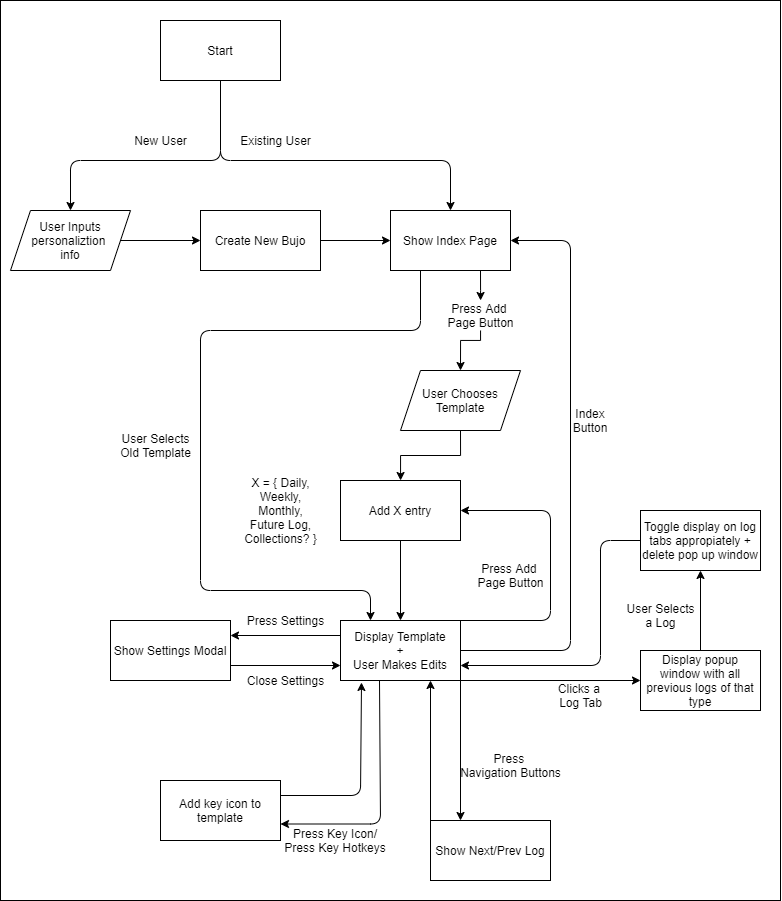
Above: specs/adrs/diagram.drawio.png in FlamingoJournal/cse110-sp21-group18 (draw.io), before the change. Source tidied: cells renumbered, new cells last; positions are measured from the earlier drawing's top-left corner, leaving out a move shared by most shapes. Source of this version:
```xml
<mxGraphModel>
  <root>
    <mxCell id="0" />
    <mxCell id="1" parent="0" />
    <mxCell id="2" style="rounded=0;whiteSpace=wrap;html=1;" parent="1" vertex="1">
      <mxGeometry width="780" height="900" as="geometry" />
    </mxCell>
    <mxCell id="3" value="Start" style="rounded=0;whiteSpace=wrap;html=1;" parent="1" vertex="1">
      <mxGeometry x="160" y="20" width="120" height="60" as="geometry" />
    </mxCell>
    <mxCell id="4" style="edgeStyle=orthogonalEdgeStyle;rounded=0;jettySize=auto;html=1;" parent="1" edge="1" source="5" target="30">
      <mxGeometry relative="1" as="geometry" />
    </mxCell>
    <mxCell id="5" value="User Inputs personaliztion &lt;br&gt;info" style="shape=parallelogram;perimeter=parallelogramPerimeter;whiteSpace=wrap;html=1;fixedSize=1;rounded=0;" parent="1" vertex="1">
      <mxGeometry x="10" y="210" width="120" height="60" as="geometry" />
    </mxCell>
    <mxCell id="6" value="New User" style="text;html=1;align=center;verticalAlign=middle;" parent="1" vertex="1">
      <mxGeometry x="125" y="130" width="70" height="20" as="geometry" />
    </mxCell>
    <mxCell id="7" style="edgeStyle=orthogonalEdgeStyle;rounded=0;jettySize=auto;html=1;entryX=0.5;entryY=0;entryDx=0;entryDy=0;" parent="1" edge="1" source="33" target="13">
      <mxGeometry relative="1" as="geometry">
        <Array as="points">
          <mxPoint x="480" y="340" />
          <mxPoint x="460" y="340" />
        </Array>
      </mxGeometry>
    </mxCell>
    <mxCell id="8" value="Show Index Page" style="whiteSpace=wrap;html=1;rounded=0;" parent="1" vertex="1">
      <mxGeometry x="390" y="210" width="120" height="60" as="geometry" />
    </mxCell>
    <mxCell id="9" style="edgeStyle=orthogonalEdgeStyle;rounded=0;jettySize=auto;html=1;" parent="1" edge="1" source="10" target="18">
      <mxGeometry relative="1" as="geometry" />
    </mxCell>
    <mxCell id="10" value="Add X entry" style="whiteSpace=wrap;html=1;rounded=0;" parent="1" vertex="1">
      <mxGeometry x="340" y="480" width="120" height="60" as="geometry" />
    </mxCell>
    <mxCell id="11" value="X = { Daily,&lt;br&gt;Weekly,&lt;br&gt;Monthly,&lt;br&gt;Future Log,&lt;br&gt;Collections? }" style="text;html=1;align=center;verticalAlign=middle;" parent="1" vertex="1">
      <mxGeometry x="235" y="470" width="90" height="80" as="geometry" />
    </mxCell>
    <mxCell id="12" style="edgeStyle=orthogonalEdgeStyle;rounded=0;jettySize=auto;html=1;exitX=0.5;exitY=1;exitDx=0;exitDy=0;" parent="1" edge="1" source="13" target="10">
      <mxGeometry relative="1" as="geometry" />
    </mxCell>
    <mxCell id="13" value="User Chooses Template" style="shape=parallelogram;perimeter=parallelogramPerimeter;whiteSpace=wrap;html=1;fixedSize=1;rounded=0;" parent="1" vertex="1">
      <mxGeometry x="400" y="370" width="120" height="60" as="geometry" />
    </mxCell>
    <mxCell id="14" value="Show Next/Prev Log" style="whiteSpace=wrap;html=1;rounded=0;" parent="1" vertex="1">
      <mxGeometry x="430" y="820" width="120" height="60" as="geometry" />
    </mxCell>
    <mxCell id="15" value="Press &lt;br&gt;Navigation Buttons" style="text;html=1;align=center;verticalAlign=middle;" parent="1" vertex="1">
      <mxGeometry x="450" y="750" width="120" height="30" as="geometry" />
    </mxCell>
    <mxCell id="16" style="edgeStyle=orthogonalEdgeStyle;rounded=0;jettySize=auto;html=1;exitX=1;exitY=1;exitDx=0;exitDy=0;entryX=0.25;entryY=0;entryDx=0;entryDy=0;" parent="1" edge="1" source="18" target="14">
      <mxGeometry relative="1" as="geometry" />
    </mxCell>
    <mxCell id="17" style="edgeStyle=orthogonalEdgeStyle;rounded=0;jettySize=auto;html=1;entryX=1;entryY=0.25;entryDx=0;entryDy=0;exitX=0;exitY=0.25;exitDx=0;exitDy=0;" parent="1" edge="1" source="18" target="23">
      <mxGeometry relative="1" as="geometry" />
    </mxCell>
    <mxCell id="18" value="Display Template&lt;br&gt;+&lt;br&gt;User Makes Edits" style="whiteSpace=wrap;html=1;rounded=0;" parent="1" vertex="1">
      <mxGeometry x="340" y="620" width="120" height="60" as="geometry" />
    </mxCell>
    <mxCell id="19" style="endArrow=classic;html=1;exitX=1;exitY=0.5;exitDx=0;exitDy=0;entryX=1;entryY=0.5;entryDx=0;entryDy=0;" parent="1" edge="1" source="18" target="8">
      <mxGeometry relative="1" as="geometry">
        <Array as="points">
          <mxPoint x="570" y="650" />
          <mxPoint x="570" y="240" />
        </Array>
      </mxGeometry>
    </mxCell>
    <mxCell id="20" value="Index Button" style="text;html=1;strokeColor=none;fillColor=none;align=center;verticalAlign=middle;whiteSpace=wrap;rounded=0;" parent="1" vertex="1">
      <mxGeometry x="570" y="410" width="40" height="20" as="geometry" />
    </mxCell>
    <mxCell id="21" style="endArrow=classic;html=1;exitX=0;exitY=0;exitDx=0;exitDy=0;entryX=0.75;entryY=1;entryDx=0;entryDy=0;" parent="1" edge="1" source="14" target="18">
      <mxGeometry relative="1" as="geometry" />
    </mxCell>
    <mxCell id="22" style="edgeStyle=orthogonalEdgeStyle;rounded=0;jettySize=auto;html=1;entryX=0;entryY=0.75;entryDx=0;entryDy=0;" parent="1" edge="1" target="18">
      <mxGeometry relative="1" as="geometry">
        <mxPoint x="230" y="665" as="sourcePoint" />
      </mxGeometry>
    </mxCell>
    <mxCell id="23" value="Show Settings Modal" style="rounded=0;whiteSpace=wrap;html=1;" parent="1" vertex="1">
      <mxGeometry x="110" y="620" width="120" height="60" as="geometry" />
    </mxCell>
    <mxCell id="24" value="Press Settings" style="text;html=1;align=center;verticalAlign=middle;" parent="1" vertex="1">
      <mxGeometry x="240" y="610" width="90" height="20" as="geometry" />
    </mxCell>
    <mxCell id="25" value="Close Settings" style="text;html=1;align=center;verticalAlign=middle;" parent="1" vertex="1">
      <mxGeometry x="240" y="670" width="90" height="20" as="geometry" />
    </mxCell>
    <mxCell id="26" style="endArrow=classic;html=1;entryX=0.5;entryY=0;entryDx=0;entryDy=0;" parent="1" edge="1" target="8">
      <mxGeometry relative="1" as="geometry">
        <mxPoint x="220" y="80" as="sourcePoint" />
        <Array as="points">
          <mxPoint x="220" y="160" />
          <mxPoint x="450" y="160" />
        </Array>
      </mxGeometry>
    </mxCell>
    <mxCell id="27" style="endArrow=classic;html=1;entryX=0.5;entryY=0;entryDx=0;entryDy=0;" parent="1" edge="1" target="5">
      <mxGeometry relative="1" as="geometry">
        <mxPoint x="220" y="80" as="sourcePoint" />
        <Array as="points">
          <mxPoint x="220" y="160" />
          <mxPoint x="70" y="160" />
        </Array>
      </mxGeometry>
    </mxCell>
    <mxCell id="28" value="Existing User" style="text;html=1;align=center;verticalAlign=middle;" parent="1" vertex="1">
      <mxGeometry x="230" y="130" width="90" height="20" as="geometry" />
    </mxCell>
    <mxCell id="29" style="edgeStyle=orthogonalEdgeStyle;rounded=0;jettySize=auto;html=1;" parent="1" edge="1" source="30" target="8">
      <mxGeometry relative="1" as="geometry" />
    </mxCell>
    <mxCell id="30" value="Create New Bujo" style="rounded=0;whiteSpace=wrap;html=1;" parent="1" vertex="1">
      <mxGeometry x="200" y="210" width="120" height="60" as="geometry" />
    </mxCell>
    <mxCell id="31" style="endArrow=classic;html=1;exitX=1;exitY=0;exitDx=0;exitDy=0;entryX=1;entryY=0.5;entryDx=0;entryDy=0;" parent="1" edge="1" source="18" target="10">
      <mxGeometry relative="1" as="geometry">
        <Array as="points">
          <mxPoint x="550" y="620" />
          <mxPoint x="550" y="510" />
        </Array>
      </mxGeometry>
    </mxCell>
    <mxCell id="32" value="Press Add &lt;br&gt;Page Button" style="text;html=1;align=center;verticalAlign=middle;" parent="1" vertex="1">
      <mxGeometry x="470" y="560" width="80" height="30" as="geometry" />
    </mxCell>
    <mxCell id="33" value="Press Add &lt;br&gt;Page Button" style="text;html=1;align=center;verticalAlign=middle;points=[];" parent="1" vertex="1">
      <mxGeometry x="440" y="300" width="80" height="30" as="geometry" />
    </mxCell>
    <mxCell id="34" style="edgeStyle=orthogonalEdgeStyle;rounded=0;jettySize=auto;html=1;" parent="1" edge="1" target="33">
      <mxGeometry relative="1" as="geometry">
        <mxPoint x="480" y="270" as="sourcePoint" />
        <Array as="points">
          <mxPoint x="480" y="270" />
          <mxPoint x="480" y="290" />
          <mxPoint x="390" y="290" />
        </Array>
      </mxGeometry>
    </mxCell>
    <mxCell id="35" style="endArrow=classic;html=1;exitX=1;exitY=1;exitDx=0;exitDy=0;entryX=0;entryY=0.5;entryDx=0;entryDy=0;" parent="1" edge="1" source="18" target="37">
      <mxGeometry relative="1" as="geometry" />
    </mxCell>
    <mxCell id="36" style="edgeStyle=orthogonalEdgeStyle;rounded=0;jettySize=auto;html=1;" parent="1" edge="1" source="37" target="41">
      <mxGeometry relative="1" as="geometry" />
    </mxCell>
    <mxCell id="37" value="Display popup window with all previous logs of that type" style="rounded=0;whiteSpace=wrap;html=1;" parent="1" vertex="1">
      <mxGeometry x="640" y="650" width="120" height="60" as="geometry" />
    </mxCell>
    <mxCell id="38" value="Clicks a &lt;br&gt;Log Tab" style="text;html=1;align=center;verticalAlign=middle;" parent="1" vertex="1">
      <mxGeometry x="550" y="680" width="60" height="30" as="geometry" />
    </mxCell>
    <mxCell id="39" value="User Selects&lt;br&gt;a Log" style="text;html=1;align=center;verticalAlign=middle;" parent="1" vertex="1">
      <mxGeometry x="620" y="600" width="80" height="30" as="geometry" />
    </mxCell>
    <mxCell id="40" style="endArrow=classic;html=1;entryX=1;entryY=0.75;entryDx=0;entryDy=0;exitX=0;exitY=0.5;exitDx=0;exitDy=0;" parent="1" edge="1" source="41" target="18">
      <mxGeometry relative="1" as="geometry">
        <Array as="points">
          <mxPoint x="600" y="540" />
          <mxPoint x="600" y="665" />
        </Array>
      </mxGeometry>
    </mxCell>
    <mxCell id="41" value="Toggle display on log tabs appropiately + delete pop up window" style="rounded=0;whiteSpace=wrap;html=1;" parent="1" vertex="1">
      <mxGeometry x="640" y="510" width="120" height="60" as="geometry" />
    </mxCell>
    <mxCell id="42" style="endArrow=classic;html=1;exitX=0.325;exitY=1;exitDx=0;exitDy=0;exitPerimeter=0;" parent="1" edge="1" source="18">
      <mxGeometry relative="1" as="geometry">
        <mxPoint x="280" y="823.5" as="targetPoint" />
        <Array as="points">
          <mxPoint x="380" y="823.5" />
        </Array>
      </mxGeometry>
    </mxCell>
    <mxCell id="43" value="Add key icon to template" style="rounded=0;whiteSpace=wrap;html=1;" parent="1" vertex="1">
      <mxGeometry x="160" y="780" width="120" height="60" as="geometry" />
    </mxCell>
    <mxCell id="44" value="Press Key Icon/&lt;br&gt;Press Key Hotkeys" style="text;html=1;strokeColor=none;fillColor=none;align=center;verticalAlign=middle;whiteSpace=wrap;rounded=0;" parent="1" vertex="1">
      <mxGeometry x="280" y="830" width="110" height="20" as="geometry" />
    </mxCell>
    <mxCell id="45" style="endArrow=classic;html=1;exitX=1;exitY=0.25;exitDx=0;exitDy=0;entryX=0.175;entryY=1.033;entryDx=0;entryDy=0;entryPerimeter=0;" parent="1" edge="1" source="43" target="18">
      <mxGeometry relative="1" as="geometry">
        <Array as="points">
          <mxPoint x="360" y="795" />
        </Array>
      </mxGeometry>
    </mxCell>
    <mxCell id="46" style="endArrow=classic;html=1;exitX=0.25;exitY=1;exitDx=0;exitDy=0;entryX=0.25;entryY=0;entryDx=0;entryDy=0;" parent="1" edge="1" source="8" target="18">
      <mxGeometry relative="1" as="geometry">
        <Array as="points">
          <mxPoint x="420" y="330" />
          <mxPoint x="200" y="330" />
          <mxPoint x="200" y="590" />
          <mxPoint x="370" y="590" />
        </Array>
      </mxGeometry>
    </mxCell>
    <mxCell id="47" value="User Selects&lt;br&gt;Old Template" style="text;html=1;align=center;verticalAlign=middle;" parent="1" vertex="1">
      <mxGeometry x="110" y="430" width="90" height="30" as="geometry" />
    </mxCell>
  </root>
</mxGraphModel>
```
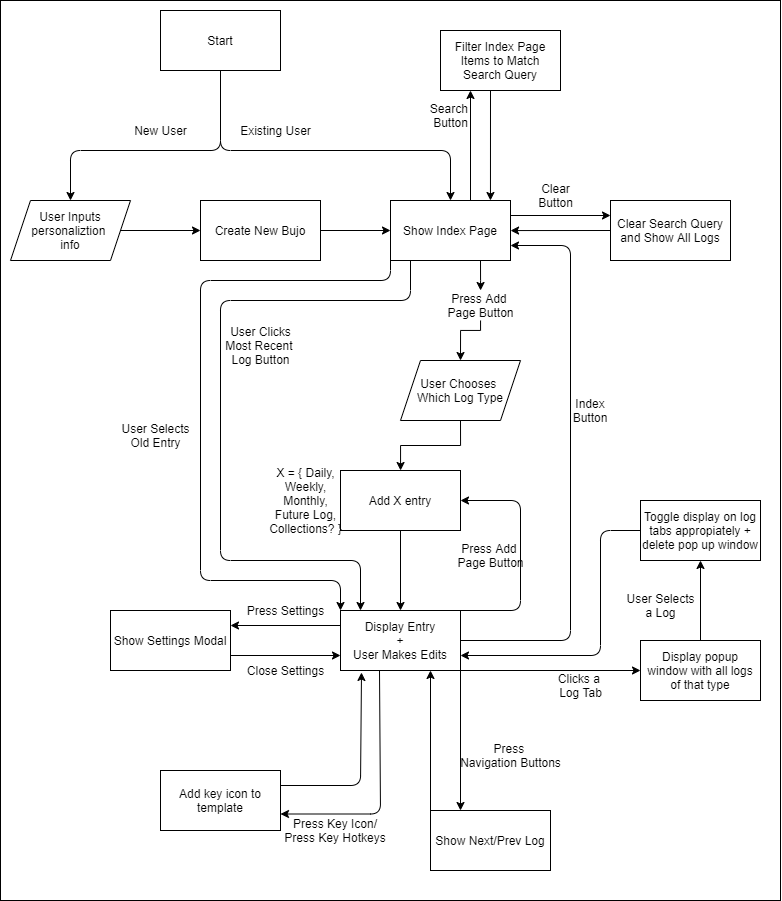
Above is the later version.

Commit message:
Added 5/6 Meeting + Updated event diagram to reflect decisions made about index page

The edit, as a diff of the source:
```diff
@@ -3,7 +3,7 @@
     <mxCell id="0" />
     <mxCell id="1" parent="0" />
     <mxCell id="2" style="rounded=0;whiteSpace=wrap;html=1;" parent="1" vertex="1">
-      <mxGeometry width="780" height="900" as="geometry" />
+      <mxGeometry y="10" width="780" height="900" as="geometry" />
     </mxCell>
     <mxCell id="3" value="Start" style="rounded=0;whiteSpace=wrap;html=1;" parent="1" vertex="1">
       <mxGeometry x="160" y="20" width="120" height="60" as="geometry" />
@@ -25,6 +25,9 @@
         </Array>
       </mxGeometry>
     </mxCell>
+    <mxCell id="48" style="edgeStyle=orthogonalEdgeStyle;rounded=0;jettySize=auto;html=1;exitX=1;exitY=0.25;exitDx=0;exitDy=0;entryX=0;entryY=0.25;entryDx=0;entryDy=0;" parent="1" edge="1" source="8" target="52">
+      <mxGeometry relative="1" as="geometry" />
+    </mxCell>
     <mxCell id="8" value="Show Index Page" style="whiteSpace=wrap;html=1;rounded=0;" parent="1" vertex="1">
       <mxGeometry x="390" y="210" width="120" height="60" as="geometry" />
     </mxCell>
@@ -35,12 +38,12 @@
       <mxGeometry x="340" y="480" width="120" height="60" as="geometry" />
     </mxCell>
     <mxCell id="11" value="X = { Daily,&lt;br&gt;Weekly,&lt;br&gt;Monthly,&lt;br&gt;Future Log,&lt;br&gt;Collections? }" style="text;html=1;align=center;verticalAlign=middle;" parent="1" vertex="1">
-      <mxGeometry x="235" y="470" width="90" height="80" as="geometry" />
+      <mxGeometry x="260" y="470" width="90" height="80" as="geometry" />
     </mxCell>
     <mxCell id="12" style="edgeStyle=orthogonalEdgeStyle;rounded=0;jettySize=auto;html=1;exitX=0.5;exitY=1;exitDx=0;exitDy=0;" parent="1" edge="1" source="13" target="10">
       <mxGeometry relative="1" as="geometry" />
     </mxCell>
-    <mxCell id="13" value="User Chooses Template" style="shape=parallelogram;perimeter=parallelogramPerimeter;whiteSpace=wrap;html=1;fixedSize=1;rounded=0;" parent="1" vertex="1">
+    <mxCell id="13" value="User Chooses &lt;br&gt;Which Log Type" style="shape=parallelogram;perimeter=parallelogramPerimeter;whiteSpace=wrap;html=1;fixedSize=1;rounded=0;" parent="1" vertex="1">
       <mxGeometry x="400" y="370" width="120" height="60" as="geometry" />
     </mxCell>
     <mxCell id="14" value="Show Next/Prev Log" style="whiteSpace=wrap;html=1;rounded=0;" parent="1" vertex="1">
@@ -55,14 +58,14 @@
     <mxCell id="17" style="edgeStyle=orthogonalEdgeStyle;rounded=0;jettySize=auto;html=1;entryX=1;entryY=0.25;entryDx=0;entryDy=0;exitX=0;exitY=0.25;exitDx=0;exitDy=0;" parent="1" edge="1" source="18" target="23">
       <mxGeometry relative="1" as="geometry" />
     </mxCell>
-    <mxCell id="18" value="Display Template&lt;br&gt;+&lt;br&gt;User Makes Edits" style="whiteSpace=wrap;html=1;rounded=0;" parent="1" vertex="1">
+    <mxCell id="18" value="Display Entry&lt;br&gt;+&lt;br&gt;User Makes Edits" style="whiteSpace=wrap;html=1;rounded=0;" parent="1" vertex="1">
       <mxGeometry x="340" y="620" width="120" height="60" as="geometry" />
     </mxCell>
-    <mxCell id="19" style="endArrow=classic;html=1;exitX=1;exitY=0.5;exitDx=0;exitDy=0;entryX=1;entryY=0.5;entryDx=0;entryDy=0;" parent="1" edge="1" source="18" target="8">
+    <mxCell id="19" style="endArrow=classic;html=1;exitX=1;exitY=0.5;exitDx=0;exitDy=0;entryX=1;entryY=0.75;entryDx=0;entryDy=0;" parent="1" edge="1" source="18" target="8">
       <mxGeometry relative="1" as="geometry">
         <Array as="points">
           <mxPoint x="570" y="650" />
-          <mxPoint x="570" y="240" />
+          <mxPoint x="570" y="255" />
         </Array>
       </mxGeometry>
     </mxCell>
@@ -116,13 +119,13 @@
     <mxCell id="31" style="endArrow=classic;html=1;exitX=1;exitY=0;exitDx=0;exitDy=0;entryX=1;entryY=0.5;entryDx=0;entryDy=0;" parent="1" edge="1" source="18" target="10">
       <mxGeometry relative="1" as="geometry">
         <Array as="points">
-          <mxPoint x="550" y="620" />
-          <mxPoint x="550" y="510" />
+          <mxPoint x="520" y="620" />
+          <mxPoint x="520" y="510" />
         </Array>
       </mxGeometry>
     </mxCell>
     <mxCell id="32" value="Press Add &lt;br&gt;Page Button" style="text;html=1;align=center;verticalAlign=middle;" parent="1" vertex="1">
-      <mxGeometry x="470" y="560" width="80" height="30" as="geometry" />
+      <mxGeometry x="450" y="550" width="80" height="30" as="geometry" />
     </mxCell>
     <mxCell id="33" value="Press Add &lt;br&gt;Page Button" style="text;html=1;align=center;verticalAlign=middle;points=[];" parent="1" vertex="1">
       <mxGeometry x="440" y="300" width="80" height="30" as="geometry" />
@@ -143,7 +146,7 @@
     <mxCell id="36" style="edgeStyle=orthogonalEdgeStyle;rounded=0;jettySize=auto;html=1;" parent="1" edge="1" source="37" target="41">
       <mxGeometry relative="1" as="geometry" />
     </mxCell>
-    <mxCell id="37" value="Display popup window with all previous logs of that type" style="rounded=0;whiteSpace=wrap;html=1;" parent="1" vertex="1">
+    <mxCell id="37" value="Display popup window with all logs of that type" style="rounded=0;whiteSpace=wrap;html=1;" parent="1" vertex="1">
       <mxGeometry x="640" y="650" width="120" height="60" as="geometry" />
     </mxCell>
     <mxCell id="38" value="Clicks a &lt;br&gt;Log Tab" style="text;html=1;align=center;verticalAlign=middle;" parent="1" vertex="1">
@@ -184,18 +187,63 @@
         </Array>
       </mxGeometry>
     </mxCell>
-    <mxCell id="46" style="endArrow=classic;html=1;exitX=0.25;exitY=1;exitDx=0;exitDy=0;entryX=0.25;entryY=0;entryDx=0;entryDy=0;" parent="1" edge="1" source="8" target="18">
+    <mxCell id="46" style="endArrow=classic;html=1;exitX=0;exitY=1;exitDx=0;exitDy=0;entryX=0;entryY=0;entryDx=0;entryDy=0;" parent="1" edge="1" source="8" target="18">
       <mxGeometry relative="1" as="geometry">
         <Array as="points">
-          <mxPoint x="420" y="330" />
-          <mxPoint x="200" y="330" />
+          <mxPoint x="390" y="290" />
+          <mxPoint x="200" y="290" />
           <mxPoint x="200" y="590" />
-          <mxPoint x="370" y="590" />
+          <mxPoint x="340" y="590" />
         </Array>
       </mxGeometry>
     </mxCell>
-    <mxCell id="47" value="User Selects&lt;br&gt;Old Template" style="text;html=1;align=center;verticalAlign=middle;" parent="1" vertex="1">
-      <mxGeometry x="110" y="430" width="90" height="30" as="geometry" />
+    <mxCell id="47" value="User Selects&lt;br&gt;Old Entry" style="text;html=1;align=center;verticalAlign=middle;" parent="1" vertex="1">
+      <mxGeometry x="115" y="430" width="80" height="30" as="geometry" />
     </mxCell>
+    <mxCell id="49" style="endArrow=classic;html=1;entryX=0.25;entryY=1;entryDx=0;entryDy=0;" parent="1" edge="1" target="50">
+      <mxGeometry relative="1" as="geometry">
+        <mxPoint x="470" y="210" as="sourcePoint" />
+      </mxGeometry>
+    </mxCell>
+    <mxCell id="50" value="Filter Index Page Items to Match Search Query" style="rounded=0;whiteSpace=wrap;html=1;" parent="1" vertex="1">
+      <mxGeometry x="440" y="40" width="120" height="60" as="geometry" />
+    </mxCell>
+    <mxCell id="51" style="endArrow=classic;html=1;entryX=0.833;entryY=0;entryDx=0;entryDy=0;entryPerimeter=0;" parent="1" edge="1" target="8">
+      <mxGeometry relative="1" as="geometry">
+        <mxPoint x="490" y="100" as="sourcePoint" />
+      </mxGeometry>
+    </mxCell>
+    <mxCell id="52" value="Clear Search Query and Show All Logs" style="whiteSpace=wrap;html=1;rounded=0;" parent="1" vertex="1">
+      <mxGeometry x="610" y="210" width="120" height="60" as="geometry" />
+    </mxCell>
+    <mxCell id="53" value="Search &lt;br&gt;Button" style="text;html=1;align=center;verticalAlign=middle;" parent="1" vertex="1">
+      <mxGeometry x="425" y="110" width="50" height="30" as="geometry" />
+    </mxCell>
+    <mxCell id="54" value="Clear&lt;br&gt;Button" style="text;html=1;align=center;verticalAlign=middle;" parent="1" vertex="1">
+      <mxGeometry x="530" y="190" width="50" height="30" as="geometry" />
+    </mxCell>
+    <mxCell id="55" style="edgeStyle=orthogonalEdgeStyle;rounded=0;jettySize=auto;html=1;exitX=0;exitY=0.5;exitDx=0;exitDy=0;" parent="1" edge="1" source="52">
+      <mxGeometry relative="1" as="geometry">
+        <mxPoint x="510" y="240" as="targetPoint" />
+        <Array as="points">
+          <mxPoint x="510" y="240" />
+        </Array>
+      </mxGeometry>
+    </mxCell>
+    <mxCell id="56" style="endArrow=classic;html=1;exitX=0;exitY=1;exitDx=0;exitDy=0;entryX=0;entryY=0;entryDx=0;entryDy=0;" parent="1" edge="1">
+      <mxGeometry relative="1" as="geometry">
+        <mxPoint x="410" y="270" as="sourcePoint" />
+        <mxPoint x="360" y="620" as="targetPoint" />
+        <Array as="points">
+          <mxPoint x="410" y="310" />
+          <mxPoint x="220" y="310" />
+          <mxPoint x="220" y="570" />
+          <mxPoint x="360" y="570" />
+        </Array>
+      </mxGeometry>
+    </mxCell>
+    <mxCell id="57" value="User Clicks&lt;br&gt;Most Recent &lt;br&gt;Log Button" style="text;html=1;align=center;verticalAlign=middle;" parent="1" vertex="1">
+      <mxGeometry x="220" y="330" width="80" height="50" as="geometry" />
+    </mxCell>
   </root>
 </mxGraphModel>
```
